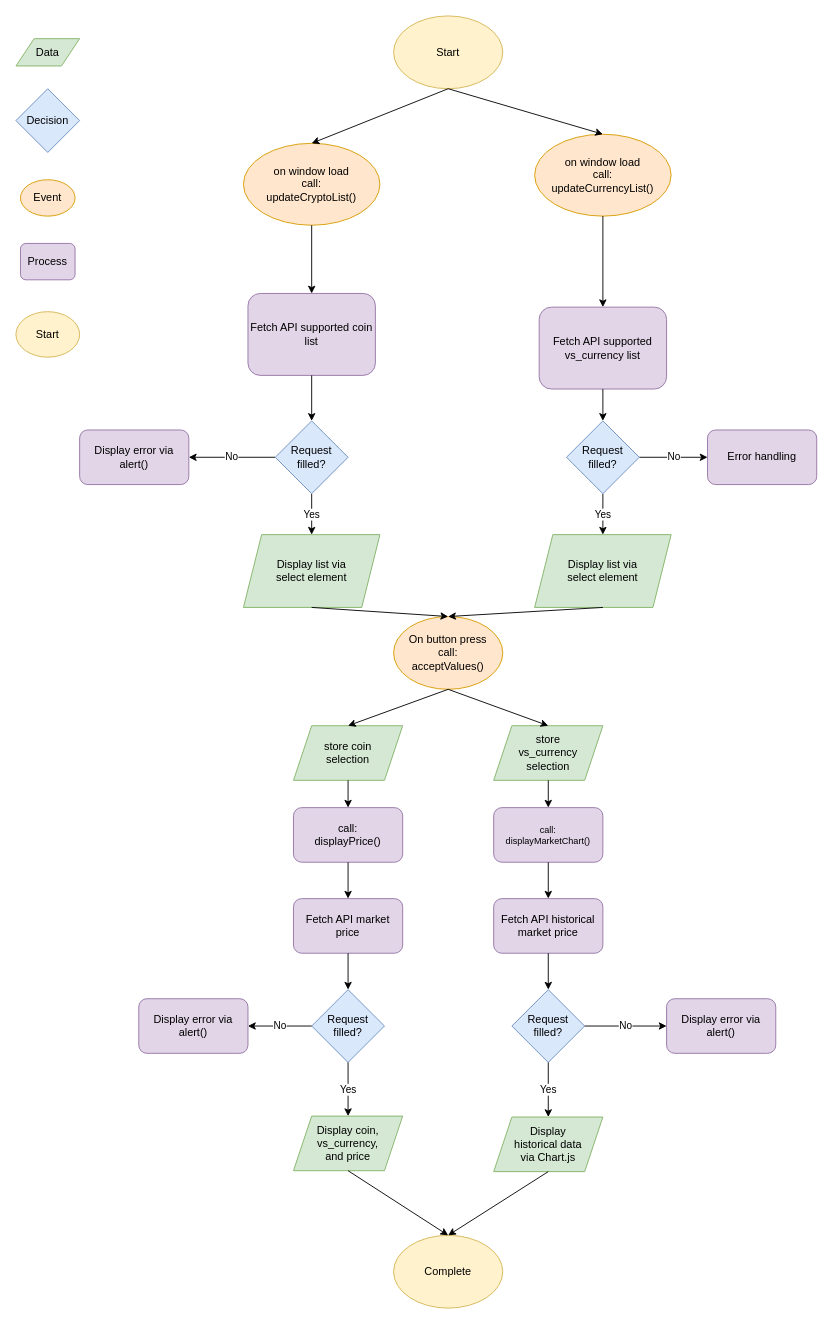
This is page "Flow Diagram" (1 of 6) of design/Crypto_Prices_Webpage.drawio from PatrickGDaunt/CrytpoWatch, a draw.io file, before an edit. Source tidied: cells renumbered, new cells numbered last; positions are measured from the earlier drawing's top-left corner, leaving out a move shared by most shapes. Both pictures are drawn from the tidied source at 91%, with x=0, y=0 at pixel (15, 15).
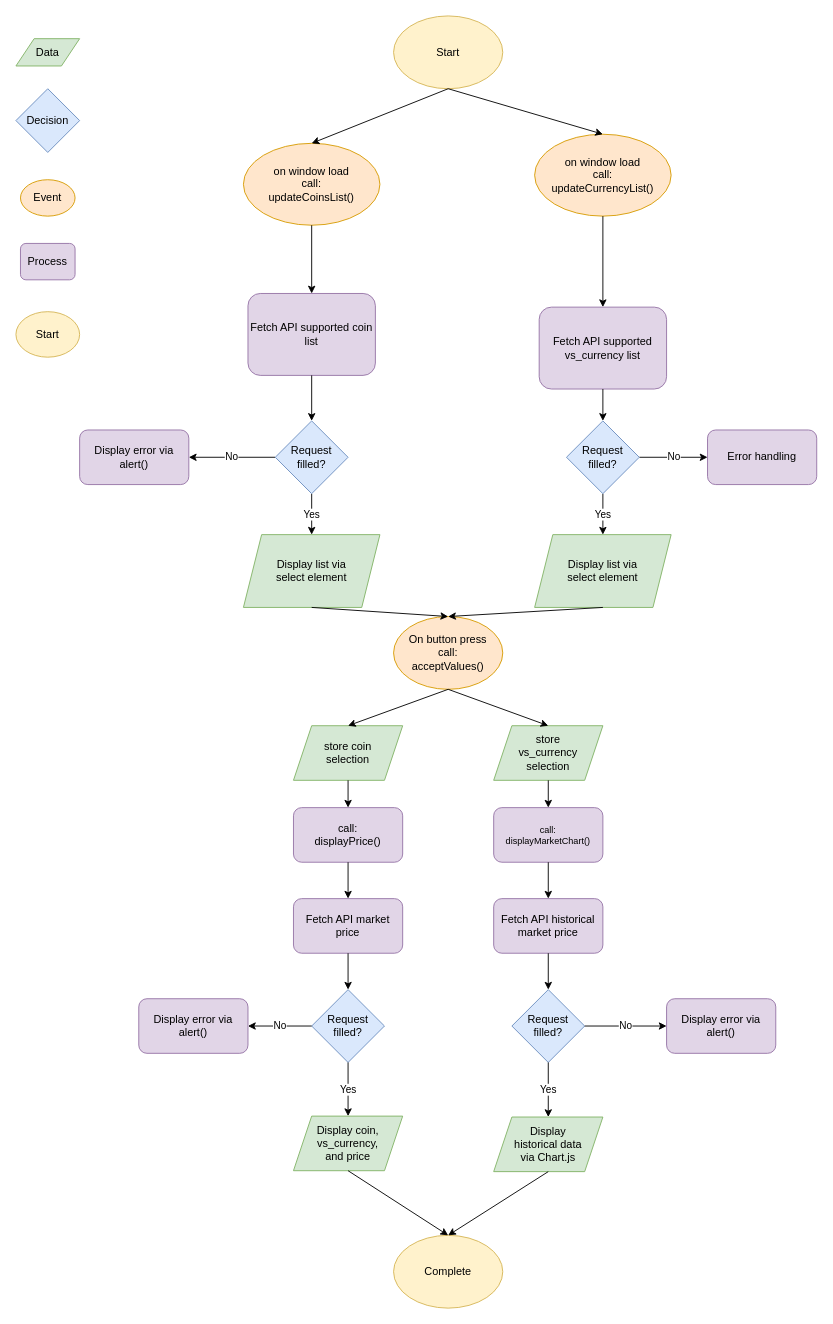
After the change.

The edit, as a diff of the source:
```diff
@@
-    <mxCell id="22" value="&lt;div&gt;on window load&lt;br&gt;&lt;/div&gt;&lt;div&gt;call:&lt;/div&gt;updateCryptoList()" style="ellipse;whiteSpace=wrap;html=1;fillColor=#ffe6cc;strokeColor=#d79b00;" parent="1" vertex="1">
+    <mxCell id="22" value="&lt;div&gt;on window load&lt;br&gt;&lt;/div&gt;&lt;div&gt;call:&lt;/div&gt;updateCoinsList()" style="ellipse;whiteSpace=wrap;html=1;fillColor=#ffe6cc;strokeColor=#d79b00;" parent="1" vertex="1">
       <mxGeometry x="250" y="140" width="150" height="90" as="geometry" />
     </mxCell>
```
